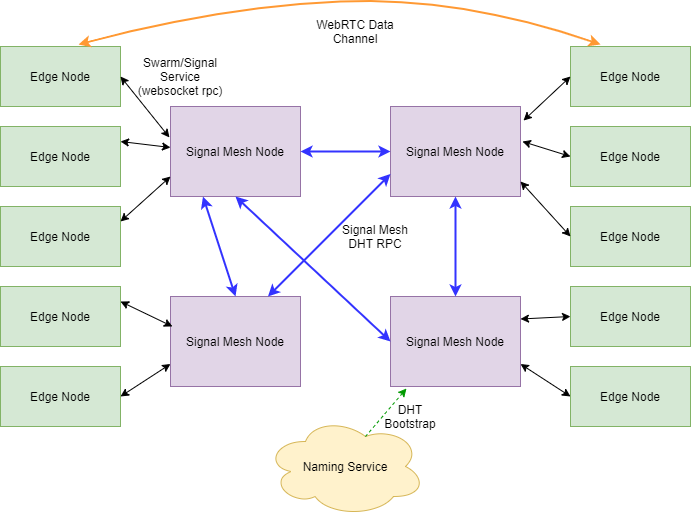
Before: docs/content/diagrams/signal-mesh.png, a diagram exported from draw.io (dxos/mesh). Source tidied: cells renumbered, new cells last; positions are measured from the earlier drawing's top-left corner, leaving out a move shared by most shapes.
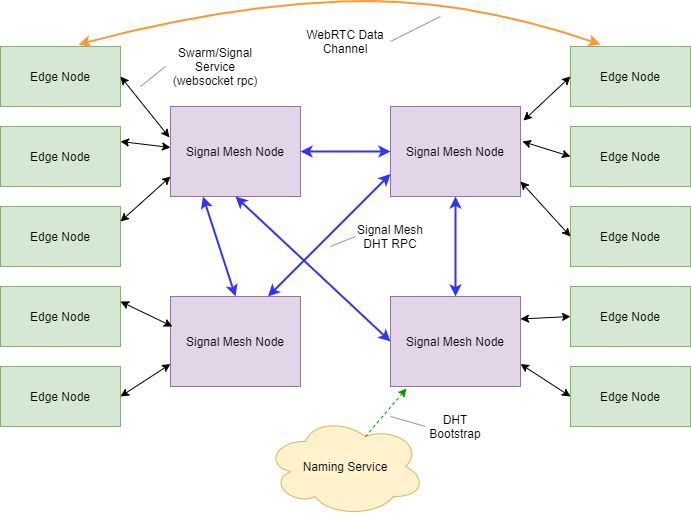
Later version of the same file.

What changed in the source:
```diff
@@ -85,7 +85,7 @@
       <mxGeometry relative="1" as="geometry" />
     </mxCell>
     <mxCell id="28" value="DHT Bootstrap" style="text;html=1;strokeColor=none;fillColor=none;align=center;verticalAlign=middle;whiteSpace=wrap;rounded=0;" parent="1" vertex="1">
-      <mxGeometry x="380" y="410" width="60" height="20" as="geometry" />
+      <mxGeometry x="425" y="420" width="60" height="20" as="geometry" />
     </mxCell>
     <mxCell id="29" style="endArrow=classic;startArrow=classic;html=1;exitX=1;exitY=0.75;exitDx=0;exitDy=0;entryX=0;entryY=0.5;entryDx=0;entryDy=0;" parent="1" edge="1" source="9" target="15">
       <mxGeometry relative="1" as="geometry" />
@@ -103,7 +103,7 @@
       <mxGeometry relative="1" as="geometry" />
     </mxCell>
     <mxCell id="34" value="Swarm/Signal&lt;br&gt;Service (websocket rpc)" style="text;html=1;strokeColor=none;fillColor=none;align=center;verticalAlign=middle;whiteSpace=wrap;rounded=0;" parent="1" vertex="1">
-      <mxGeometry x="130" y="60" width="100" height="40" as="geometry" />
+      <mxGeometry x="165" y="50" width="100" height="40" as="geometry" />
     </mxCell>
     <mxCell id="35" style="curved=1;endArrow=classic;html=1;strokeWidth=2;strokeColor=#FF9933;startArrow=classic;startFill=1;exitX=0.65;exitY=-0.033;exitDx=0;exitDy=0;exitPerimeter=0;" parent="1" edge="1" source="3">
       <mxGeometry relative="1" as="geometry">
@@ -115,10 +115,30 @@
       </mxGeometry>
     </mxCell>
     <mxCell id="36" value="WebRTC Data Channel" style="text;html=1;strokeColor=none;fillColor=none;align=center;verticalAlign=middle;whiteSpace=wrap;rounded=0;" parent="1" vertex="1">
-      <mxGeometry x="300" y="10" width="110" height="50" as="geometry" />
+      <mxGeometry x="300" y="20" width="90" height="50" as="geometry" />
     </mxCell>
     <mxCell id="37" value="Signal Mesh DHT RPC" style="text;html=1;strokeColor=none;fillColor=none;align=center;verticalAlign=middle;whiteSpace=wrap;rounded=0;" parent="1" vertex="1">
-      <mxGeometry x="340" y="220" width="70" height="40" as="geometry" />
+      <mxGeometry x="355" y="220" width="70" height="40" as="geometry" />
     </mxCell>
+    <mxCell id="38" style="endArrow=none;html=1;strokeWidth=1;strokeColor=#999999;entryX=0;entryY=0.5;entryDx=0;entryDy=0;" parent="1" edge="1" target="37">
+      <mxGeometry relative="1" as="geometry">
+        <mxPoint x="330" y="250" as="sourcePoint" />
+      </mxGeometry>
+    </mxCell>
+    <mxCell id="39" style="endArrow=none;html=1;strokeWidth=1;strokeColor=#999999;entryX=1;entryY=0.5;entryDx=0;entryDy=0;" parent="1" edge="1" target="36">
+      <mxGeometry relative="1" as="geometry">
+        <mxPoint x="440" y="20" as="sourcePoint" />
+      </mxGeometry>
+    </mxCell>
+    <mxCell id="40" style="endArrow=none;html=1;strokeWidth=1;strokeColor=#999999;entryX=0;entryY=0.5;entryDx=0;entryDy=0;" parent="1" edge="1" target="28">
+      <mxGeometry relative="1" as="geometry">
+        <mxPoint x="390" y="420" as="sourcePoint" />
+      </mxGeometry>
+    </mxCell>
+    <mxCell id="41" style="endArrow=none;html=1;strokeWidth=1;strokeColor=#999999;entryX=0;entryY=0.5;entryDx=0;entryDy=0;" parent="1" edge="1" target="34">
+      <mxGeometry relative="1" as="geometry">
+        <mxPoint x="140" y="90" as="sourcePoint" />
+      </mxGeometry>
+    </mxCell>
   </root>
 </mxGraphModel>
```
